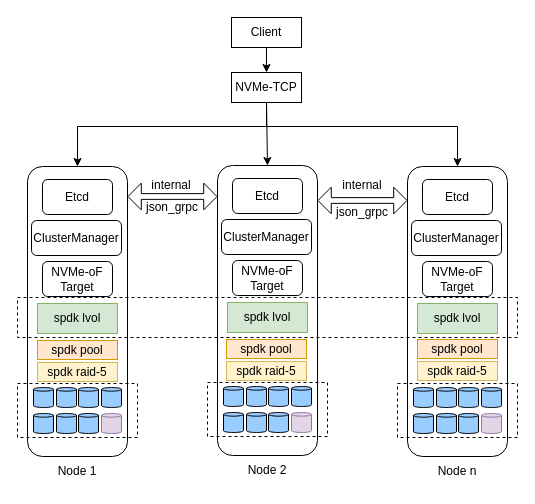
luqitao/drawio_files keeps this draw.io diagram as 块存储架构.drawio. Above is the earlier version. Source tidied: cells renumbered, new cells numbered last; positions are measured from the earlier drawing's top-left corner, leaving out a move shared by most shapes. Both pictures are drawn from the tidied source at 100%, with x=0, y=0 at pixel (17, 17).
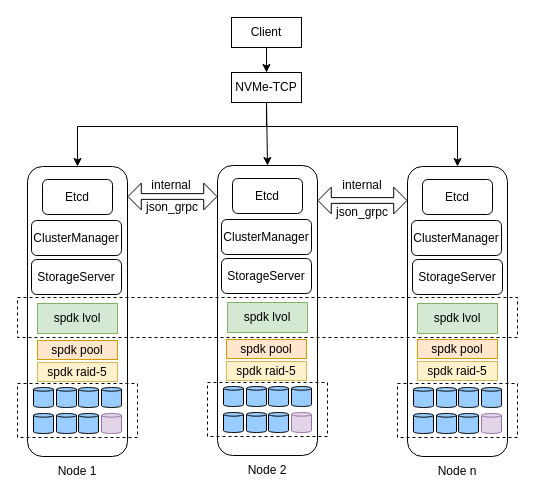
The same page after the edit.

Commit message:
Update 块存储架构.drawio

The change refers to these unchanged cells:
```xml
<mxCell id="2" style="group;" parent="1" vertex="1">
  <mxGeometry x="380" y="149" width="120" height="320" as="geometry" />
</mxCell>
<mxCell id="23" style="group;" parent="1" vertex="1">
  <mxGeometry y="149" width="120" height="320" as="geometry" />
</mxCell>
<mxCell id="41" style="group;" parent="1" vertex="1">
  <mxGeometry x="190" y="148" width="310" height="320" as="geometry" />
</mxCell>
```

Diff of the diagram source:
```diff
@@
-    <mxCell id="16" value="NVMe-oF Target" style="rounded=1;whiteSpace=wrap;html=1;" parent="2" vertex="1">
-      <mxGeometry x="25" y="95" width="70" height="35" as="geometry" />
-    </mxCell>
@@
+    <mxCell id="72" value="StorageServer" style="rounded=1;whiteSpace=wrap;html=1;" parent="2" vertex="1">
+      <mxGeometry x="15" y="93" width="90" height="35" as="geometry" />
+    </mxCell>
@@
-    <mxCell id="38" value="NVMe-oF Target" style="rounded=1;whiteSpace=wrap;html=1;" parent="23" vertex="1">
-      <mxGeometry x="25" y="95" width="70" height="35" as="geometry" />
+    <mxCell id="38" value="StorageServer" style="rounded=1;whiteSpace=wrap;html=1;" parent="23" vertex="1">
+      <mxGeometry x="14" y="93" width="90" height="35" as="geometry" />
     </mxCell>
@@
-    <mxCell id="55" value="NVMe-oF Target" style="rounded=1;whiteSpace=wrap;html=1;" parent="41" vertex="1">
-      <mxGeometry x="25" y="95" width="70" height="35" as="geometry" />
-    </mxCell>
@@
+    <mxCell id="73" value="StorageServer" style="rounded=1;whiteSpace=wrap;html=1;" parent="41" vertex="1">
+      <mxGeometry x="14" y="93" width="90" height="35" as="geometry" />
+    </mxCell>
```
